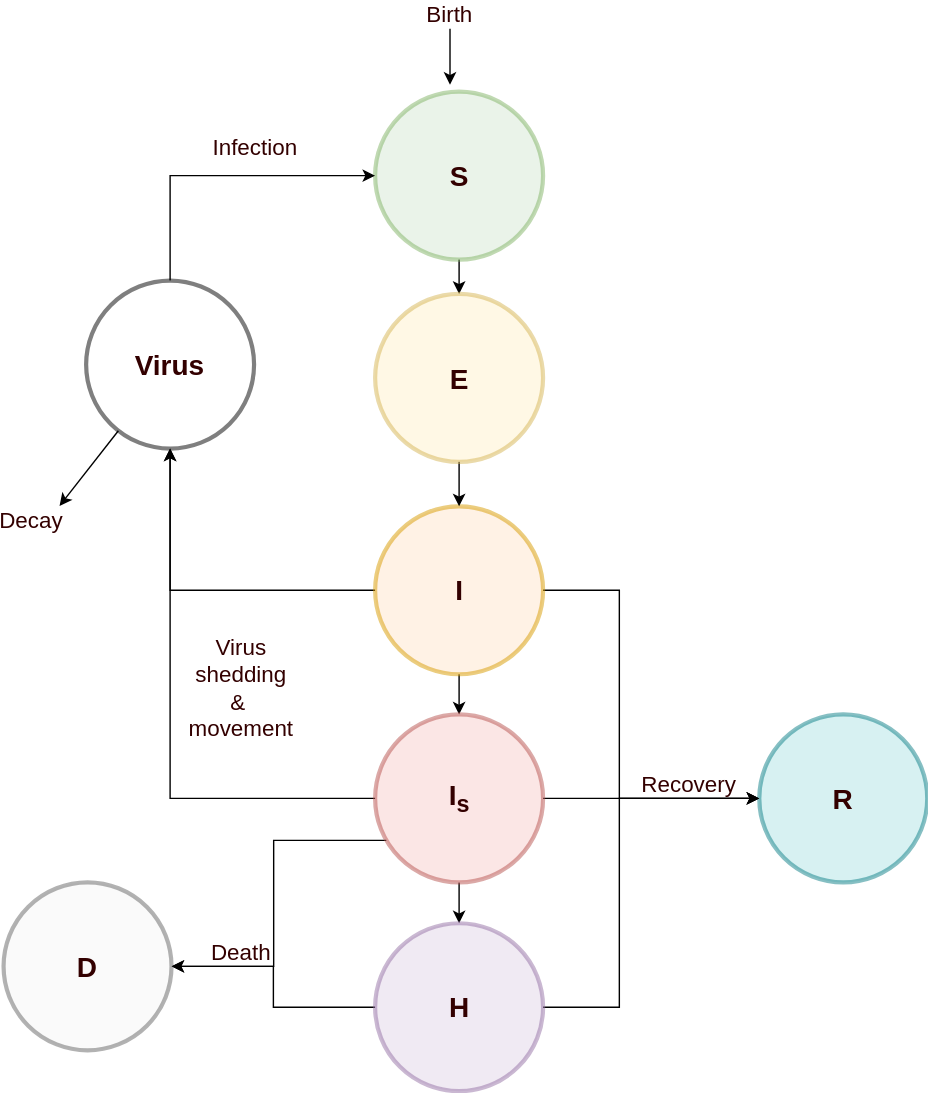
EcoJulia/EcoSISTEM.jl keeps this draw.io diagram as docs/SEI2HRD.svg. Above is the earlier version. Source tidied: cells renumbered, new cells last; positions are measured from the earlier drawing's top-left corner, leaving out a move shared by most shapes.
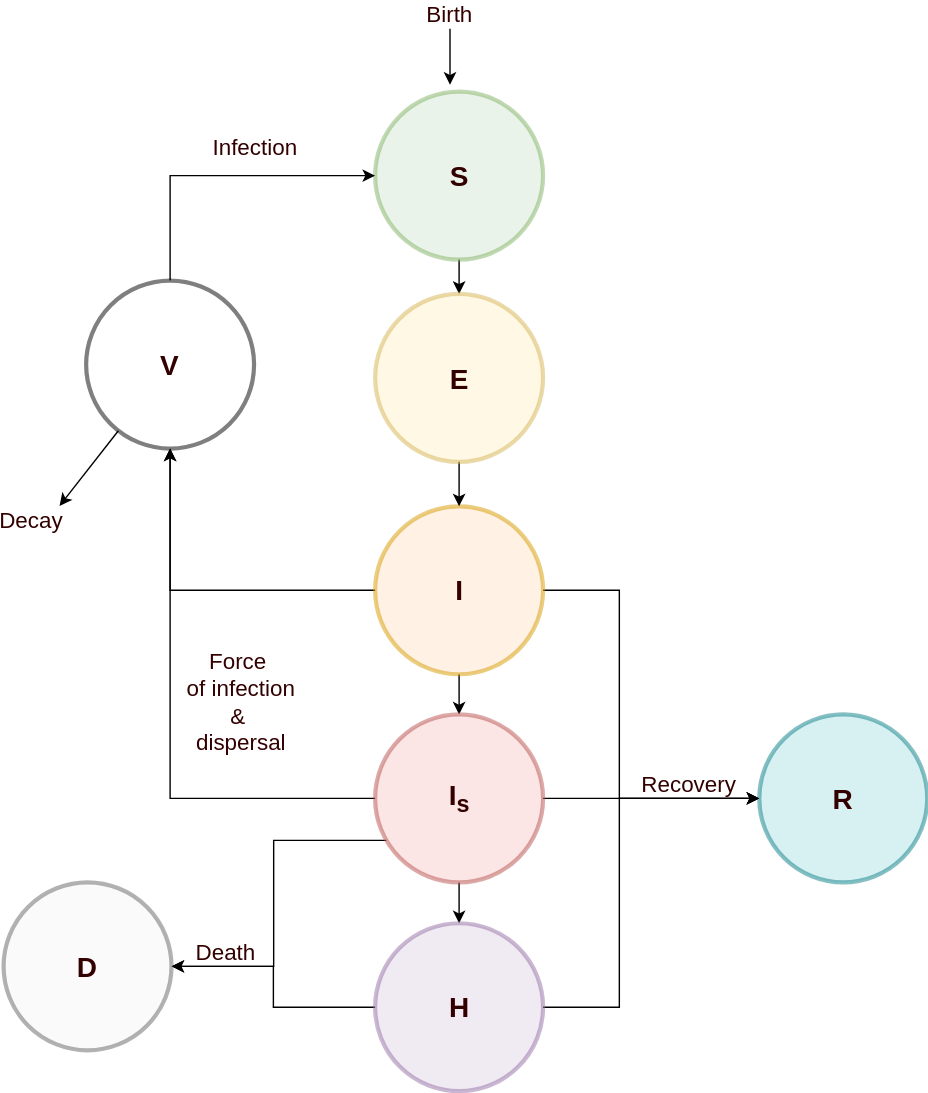
After the commit.

The edit, as a diff of the source:
```diff
@@ -47,7 +47,7 @@
     <mxCell id="13" value="&lt;font size=&quot;1&quot; color=&quot;#330000&quot;&gt;&lt;b style=&quot;font-size: 20px&quot;&gt;R&lt;/b&gt;&lt;/font&gt;" style="text;html=1;strokeColor=none;fillColor=none;align=center;verticalAlign=middle;whiteSpace=wrap;rounded=0;fontColor=#D4E1F5;opacity=50;" parent="1" vertex="1">
       <mxGeometry x="580" y="560" width="40" height="20" as="geometry" />
     </mxCell>
-    <mxCell id="14" value="&lt;font size=&quot;1&quot; color=&quot;#330000&quot;&gt;&lt;b style=&quot;font-size: 20px&quot;&gt;Virus&lt;/b&gt;&lt;/font&gt;" style="text;html=1;strokeColor=none;fillColor=none;align=center;verticalAlign=middle;whiteSpace=wrap;rounded=0;fontColor=#D4E1F5;opacity=50;" parent="1" vertex="1">
+    <mxCell id="14" value="&lt;font size=&quot;1&quot; color=&quot;#330000&quot;&gt;&lt;b style=&quot;font-size: 20px&quot;&gt;V&lt;/b&gt;&lt;/font&gt;" style="text;html=1;strokeColor=none;fillColor=none;align=center;verticalAlign=middle;whiteSpace=wrap;rounded=0;fontColor=#D4E1F5;opacity=50;" parent="1" vertex="1">
       <mxGeometry x="99" y="250" width="40" height="20" as="geometry" />
     </mxCell>
     <mxCell id="15" style="endArrow=classic;html=1;" parent="1" edge="1" source="10">
@@ -125,14 +125,14 @@
     <mxCell id="34" value="&lt;font color=&quot;#330000&quot; size=&quot;3&quot;&gt;&lt;span&gt;Infection&lt;/span&gt;&lt;/font&gt;" style="text;html=1;strokeColor=none;fillColor=none;align=center;verticalAlign=middle;whiteSpace=wrap;rounded=0;fontColor=#D4E1F5;opacity=50;" parent="1" vertex="1">
       <mxGeometry x="160" y="95" width="40" height="20" as="geometry" />
     </mxCell>
-    <mxCell id="35" value="&lt;font color=&quot;#330000&quot; size=&quot;3&quot;&gt;&lt;span&gt;Virus&lt;br&gt;shedding&lt;br&gt;&amp;amp;&amp;nbsp;&lt;br&gt;movement&lt;br&gt;&lt;/span&gt;&lt;/font&gt;" style="text;html=1;strokeColor=none;fillColor=none;align=center;verticalAlign=middle;whiteSpace=wrap;rounded=0;fontColor=#D4E1F5;opacity=50;" parent="1" vertex="1">
-      <mxGeometry x="150" y="481.3" width="40" height="20" as="geometry" />
+    <mxCell id="35" value="&lt;font color=&quot;#330000&quot; size=&quot;3&quot;&gt;&lt;span&gt;Force&amp;nbsp;&lt;br&gt;of infection&lt;br&gt;&amp;amp;&amp;nbsp;&lt;br&gt;dispersal&lt;br&gt;&lt;/span&gt;&lt;/font&gt;" style="text;html=1;strokeColor=none;fillColor=none;align=center;verticalAlign=middle;whiteSpace=wrap;rounded=0;fontColor=#D4E1F5;opacity=50;" parent="1" vertex="1">
+      <mxGeometry x="120" y="460" width="100" height="81.3" as="geometry" />
     </mxCell>
     <mxCell id="36" value="&lt;font color=&quot;#330000&quot; size=&quot;3&quot;&gt;&lt;span&gt;Recovery&lt;/span&gt;&lt;/font&gt;" style="text;html=1;strokeColor=none;fillColor=none;align=center;verticalAlign=middle;whiteSpace=wrap;rounded=0;fontColor=#D4E1F5;opacity=50;" parent="1" vertex="1">
       <mxGeometry x="470" y="550" width="40" height="20" as="geometry" />
     </mxCell>
     <mxCell id="37" value="&lt;font color=&quot;#330000&quot; size=&quot;3&quot;&gt;&lt;span&gt;Death&lt;/span&gt;&lt;/font&gt;" style="text;html=1;strokeColor=none;fillColor=none;align=center;verticalAlign=middle;whiteSpace=wrap;rounded=0;fontColor=#D4E1F5;opacity=50;" parent="1" vertex="1">
-      <mxGeometry x="150" y="670" width="40" height="20" as="geometry" />
+      <mxGeometry x="139" y="670" width="40" height="20" as="geometry" />
     </mxCell>
   </root>
 </mxGraphModel>
```
